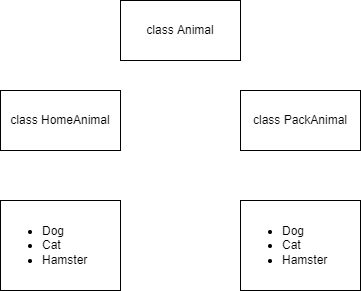
Before: ClassDiagram.drawio.png, a diagram exported from draw.io (StaciBunx/finaltest). Source tidied: cells renumbered, new cells last; positions are measured from the earlier drawing's top-left corner, leaving out a move shared by most shapes.
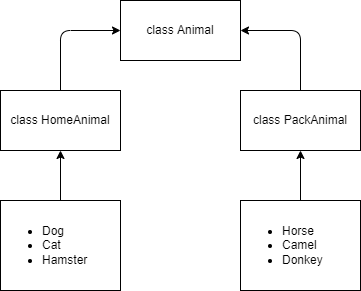
After the commit.

Change to the diagram source:
```diff
@@ -11,11 +11,32 @@
     <mxCell id="4" value="class PackAnimal" style="rounded=0;whiteSpace=wrap;html=1;" parent="1" vertex="1">
       <mxGeometry x="240" y="90" width="120" height="60" as="geometry" />
     </mxCell>
+    <mxCell id="7" style="edgeStyle=none;html=1;" parent="1" edge="1" source="5" target="3">
+      <mxGeometry relative="1" as="geometry" />
+    </mxCell>
     <mxCell id="5" value="&lt;div&gt;&lt;ul&gt;&lt;li&gt;Dog&lt;/li&gt;&lt;li&gt;Cat&lt;/li&gt;&lt;li&gt;Hamster&lt;/li&gt;&lt;/ul&gt;&lt;/div&gt;" style="rounded=0;whiteSpace=wrap;html=1;align=left;" parent="1" vertex="1">
       <mxGeometry y="200" width="120" height="90" as="geometry" />
     </mxCell>
+    <mxCell id="8" style="edgeStyle=none;html=1;" parent="1" edge="1" source="6" target="4">
+      <mxGeometry relative="1" as="geometry" />
+    </mxCell>
-    <mxCell id="6" value="&lt;div&gt;&lt;ul&gt;&lt;li&gt;Dog&lt;/li&gt;&lt;li&gt;Cat&lt;/li&gt;&lt;li&gt;Hamster&lt;/li&gt;&lt;/ul&gt;&lt;/div&gt;" style="rounded=0;whiteSpace=wrap;html=1;align=left;" parent="1" vertex="1">
+    <mxCell id="6" value="&lt;ul&gt;&lt;li&gt;&lt;span style=&quot;background-color: initial;&quot;&gt;Horse&lt;/span&gt;&lt;/li&gt;&lt;li&gt;&lt;span style=&quot;background-color: initial;&quot;&gt;Camel&lt;/span&gt;&lt;br&gt;&lt;/li&gt;&lt;li&gt;Donkey&lt;br&gt;&lt;/li&gt;&lt;/ul&gt;" style="rounded=0;whiteSpace=wrap;html=1;align=left;" parent="1" vertex="1">
       <mxGeometry x="240" y="200" width="120" height="90" as="geometry" />
     </mxCell>
+    <mxCell id="9" style="endArrow=classic;html=1;exitX=0.5;exitY=0;exitDx=0;exitDy=0;entryX=1;entryY=0.5;entryDx=0;entryDy=0;" parent="1" edge="1" source="4" target="2">
+      <mxGeometry relative="1" as="geometry">
+        <Array as="points">
+          <mxPoint x="300" y="30" />
+        </Array>
+      </mxGeometry>
+    </mxCell>
+    <mxCell id="10" style="endArrow=classic;html=1;entryX=0;entryY=0.5;entryDx=0;entryDy=0;" parent="1" edge="1" target="2">
+      <mxGeometry relative="1" as="geometry">
+        <mxPoint x="60" y="90" as="sourcePoint" />
+        <Array as="points">
+          <mxPoint x="60" y="30" />
+        </Array>
+      </mxGeometry>
+    </mxCell>
   </root>
 </mxGraphModel>
```
